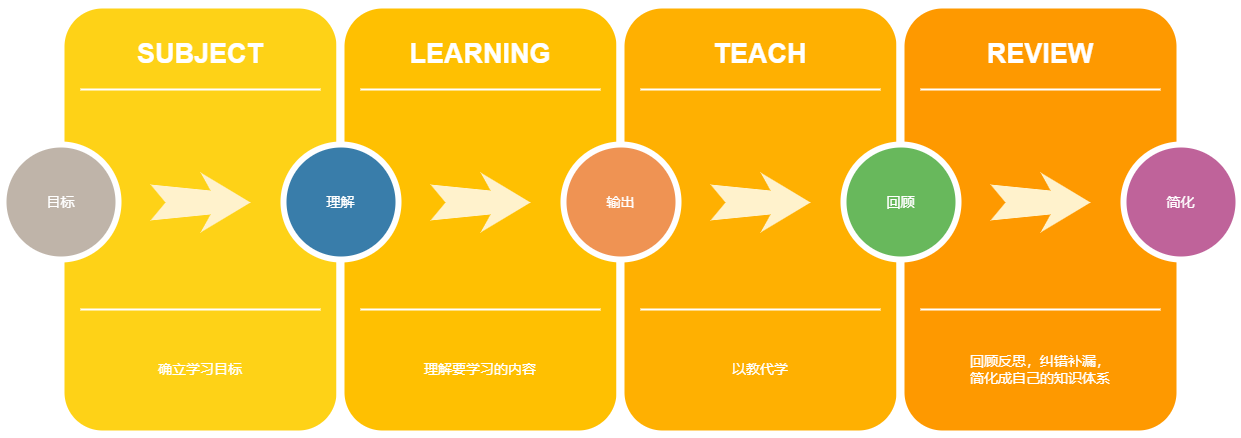
The draw.io diagram 未命名绘图.drawio.png in hongwueryi/opencv, before a commit. Source tidied: cells renumbered, new cells last; positions are measured from the earlier drawing's top-left corner, leaving out a move shared by most shapes.
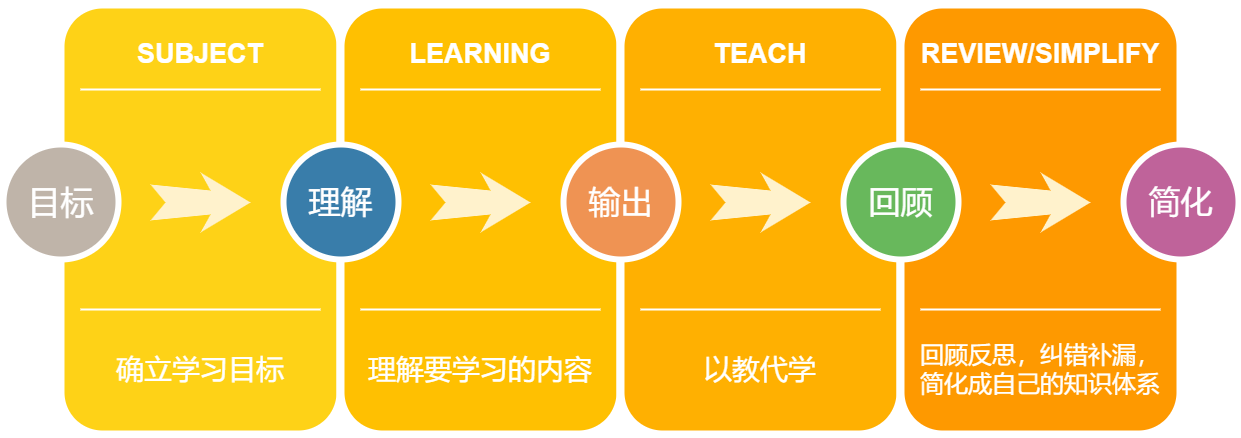
Above is the later version.

Diff of the diagram source:
```diff
@@ -8,7 +8,7 @@
     <mxCell id="3" value="SUBJECT" style="text;html=1;strokeColor=none;fillColor=none;align=center;verticalAlign=middle;whiteSpace=wrap;rounded=0;shadow=0;fontSize=27;fontColor=#FFFFFF;fontStyle=1;" parent="1" vertex="1">
       <mxGeometry x="57" y="20" width="280" height="60" as="geometry" />
     </mxCell>
-    <mxCell id="4" value="确立学习目标" style="text;html=1;strokeColor=none;fillColor=none;align=center;verticalAlign=middle;whiteSpace=wrap;rounded=0;shadow=0;fontSize=14;fontColor=#FFFFFF;" parent="1" vertex="1">
+    <mxCell id="4" value="&lt;font style=&quot;font-size: 28px;&quot;&gt;确立学习目标&lt;/font&gt;" style="text;html=1;strokeColor=none;fillColor=none;align=center;verticalAlign=middle;whiteSpace=wrap;rounded=0;shadow=0;fontSize=14;fontColor=#FFFFFF;" parent="1" vertex="1">
       <mxGeometry x="57" y="320" width="280" height="90" as="geometry" />
     </mxCell>
     <mxCell id="5" style="line;strokeWidth=2;html=1;rounded=0;shadow=0;fontSize=27;align=center;fillColor=none;strokeColor=#FFFFFF;" parent="1" vertex="1">
@@ -17,7 +17,7 @@
     <mxCell id="6" style="line;strokeWidth=2;html=1;rounded=0;shadow=0;fontSize=27;align=center;fillColor=none;strokeColor=#FFFFFF;" parent="1" vertex="1">
       <mxGeometry x="77" y="300" width="240" height="10" as="geometry" />
     </mxCell>
-    <mxCell id="7" value="目标" style="ellipse;whiteSpace=wrap;html=1;rounded=0;shadow=0;strokeWidth=6;fontSize=14;align=center;fillColor=#BFB4A9;strokeColor=#FFFFFF;fontColor=#FFFFFF;" parent="1" vertex="1">
+    <mxCell id="7" value="&lt;font style=&quot;font-size: 33px;&quot;&gt;目标&lt;/font&gt;" style="ellipse;whiteSpace=wrap;html=1;rounded=0;shadow=0;strokeWidth=6;fontSize=14;align=center;fillColor=#BFB4A9;strokeColor=#FFFFFF;fontColor=#FFFFFF;" parent="1" vertex="1">
       <mxGeometry y="140" width="115" height="115" as="geometry" />
     </mxCell>
     <mxCell id="8" style="html=1;shadow=0;dashed=0;align=center;verticalAlign=middle;shape=mxgraph.arrows2.stylisedArrow;dy=0.6;dx=40;notch=15;feather=0.4;rounded=0;strokeWidth=1;fontSize=27;strokeColor=none;fillColor=#fff2cc;" parent="1" vertex="1">
@@ -29,7 +29,7 @@
     <mxCell id="10" value="LEARNING" style="text;html=1;strokeColor=none;fillColor=none;align=center;verticalAlign=middle;whiteSpace=wrap;rounded=0;shadow=0;fontSize=27;fontColor=#FFFFFF;fontStyle=1;" parent="1" vertex="1">
       <mxGeometry x="337" y="20" width="280" height="60" as="geometry" />
     </mxCell>
-    <mxCell id="11" value="理解要学习的内容" style="text;html=1;strokeColor=none;fillColor=none;align=center;verticalAlign=middle;whiteSpace=wrap;rounded=0;shadow=0;fontSize=14;fontColor=#FFFFFF;" parent="1" vertex="1">
+    <mxCell id="11" value="&lt;font style=&quot;font-size: 28px;&quot;&gt;理解要学习的内容&lt;/font&gt;" style="text;html=1;strokeColor=none;fillColor=none;align=center;verticalAlign=middle;whiteSpace=wrap;rounded=0;shadow=0;fontSize=14;fontColor=#FFFFFF;" parent="1" vertex="1">
       <mxGeometry x="337" y="320" width="280" height="90" as="geometry" />
     </mxCell>
     <mxCell id="12" style="line;strokeWidth=2;html=1;rounded=0;shadow=0;fontSize=27;align=center;fillColor=none;strokeColor=#FFFFFF;" parent="1" vertex="1">
@@ -38,7 +38,7 @@
     <mxCell id="13" style="line;strokeWidth=2;html=1;rounded=0;shadow=0;fontSize=27;align=center;fillColor=none;strokeColor=#FFFFFF;" parent="1" vertex="1">
       <mxGeometry x="357" y="300" width="240" height="10" as="geometry" />
     </mxCell>
-    <mxCell id="14" value="理解" style="ellipse;whiteSpace=wrap;html=1;rounded=0;shadow=0;strokeWidth=6;fontSize=14;align=center;fillColor=#397DAA;strokeColor=#FFFFFF;fontColor=#FFFFFF;" parent="1" vertex="1">
+    <mxCell id="14" value="&lt;font style=&quot;font-size: 32px;&quot;&gt;理解&lt;/font&gt;" style="ellipse;whiteSpace=wrap;html=1;rounded=0;shadow=0;strokeWidth=6;fontSize=14;align=center;fillColor=#397DAA;strokeColor=#FFFFFF;fontColor=#FFFFFF;" parent="1" vertex="1">
       <mxGeometry x="280" y="140" width="115" height="115" as="geometry" />
     </mxCell>
     <mxCell id="15" style="html=1;shadow=0;dashed=0;align=center;verticalAlign=middle;shape=mxgraph.arrows2.stylisedArrow;dy=0.6;dx=40;notch=15;feather=0.4;rounded=0;strokeWidth=1;fontSize=27;strokeColor=none;fillColor=#fff2cc;" parent="1" vertex="1">
@@ -50,7 +50,7 @@
     <mxCell id="17" value="TEACH" style="text;html=1;strokeColor=none;fillColor=none;align=center;verticalAlign=middle;whiteSpace=wrap;rounded=0;shadow=0;fontSize=27;fontColor=#FFFFFF;fontStyle=1;" parent="1" vertex="1">
       <mxGeometry x="617" y="20" width="280" height="60" as="geometry" />
     </mxCell>
-    <mxCell id="18" value="以教代学" style="text;html=1;strokeColor=none;fillColor=none;align=center;verticalAlign=middle;whiteSpace=wrap;rounded=0;shadow=0;fontSize=14;fontColor=#FFFFFF;" parent="1" vertex="1">
+    <mxCell id="18" value="&lt;font style=&quot;font-size: 28px;&quot;&gt;以教代学&lt;/font&gt;" style="text;html=1;strokeColor=none;fillColor=none;align=center;verticalAlign=middle;whiteSpace=wrap;rounded=0;shadow=0;fontSize=14;fontColor=#FFFFFF;" parent="1" vertex="1">
       <mxGeometry x="617" y="320" width="280" height="90" as="geometry" />
     </mxCell>
     <mxCell id="19" style="line;strokeWidth=2;html=1;rounded=0;shadow=0;fontSize=27;align=center;fillColor=none;strokeColor=#FFFFFF;" parent="1" vertex="1">
@@ -59,7 +59,7 @@
     <mxCell id="20" style="line;strokeWidth=2;html=1;rounded=0;shadow=0;fontSize=27;align=center;fillColor=none;strokeColor=#FFFFFF;" parent="1" vertex="1">
       <mxGeometry x="637" y="300" width="240" height="10" as="geometry" />
     </mxCell>
-    <mxCell id="21" value="输出" style="ellipse;whiteSpace=wrap;html=1;rounded=0;shadow=0;strokeWidth=6;fontSize=14;align=center;fillColor=#EF9353;strokeColor=#FFFFFF;fontColor=#FFFFFF;" parent="1" vertex="1">
+    <mxCell id="21" value="&lt;font style=&quot;font-size: 32px;&quot;&gt;输出&lt;/font&gt;" style="ellipse;whiteSpace=wrap;html=1;rounded=0;shadow=0;strokeWidth=6;fontSize=14;align=center;fillColor=#EF9353;strokeColor=#FFFFFF;fontColor=#FFFFFF;" parent="1" vertex="1">
       <mxGeometry x="560" y="140" width="115" height="115" as="geometry" />
     </mxCell>
     <mxCell id="22" style="html=1;shadow=0;dashed=0;align=center;verticalAlign=middle;shape=mxgraph.arrows2.stylisedArrow;dy=0.6;dx=40;notch=15;feather=0.4;rounded=0;strokeWidth=1;fontSize=27;strokeColor=none;fillColor=#fff2cc;" parent="1" vertex="1">
@@ -68,10 +68,10 @@
     <mxCell id="23" style="whiteSpace=wrap;html=1;rounded=1;shadow=0;strokeWidth=8;fontSize=20;align=center;fillColor=#FE9900;strokeColor=#FFFFFF;" parent="1" vertex="1">
       <mxGeometry x="897" width="280" height="430" as="geometry" />
     </mxCell>
-    <mxCell id="24" value="REVIEW" style="text;html=1;strokeColor=none;fillColor=none;align=center;verticalAlign=middle;whiteSpace=wrap;rounded=0;shadow=0;fontSize=27;fontColor=#FFFFFF;fontStyle=1;" parent="1" vertex="1">
+    <mxCell id="24" value="REVIEW/SIMPLIFY" style="text;html=1;strokeColor=none;fillColor=none;align=center;verticalAlign=middle;whiteSpace=wrap;rounded=0;shadow=0;fontSize=27;fontColor=#FFFFFF;fontStyle=1;" parent="1" vertex="1">
       <mxGeometry x="897" y="20" width="280" height="60" as="geometry" />
     </mxCell>
-    <mxCell id="25" value="回顾反思，纠错补漏，&lt;br&gt;简化成自己的知识体系" style="text;html=1;strokeColor=none;fillColor=none;align=center;verticalAlign=middle;whiteSpace=wrap;rounded=0;shadow=0;fontSize=14;fontColor=#FFFFFF;" parent="1" vertex="1">
+    <mxCell id="25" value="&lt;font style=&quot;font-size: 24px;&quot;&gt;回顾反思，纠错补漏，&lt;br&gt;简化成自己的知识体系&lt;/font&gt;" style="text;html=1;strokeColor=none;fillColor=none;align=center;verticalAlign=middle;whiteSpace=wrap;rounded=0;shadow=0;fontSize=14;fontColor=#FFFFFF;" parent="1" vertex="1">
       <mxGeometry x="897" y="320" width="280" height="90" as="geometry" />
     </mxCell>
     <mxCell id="26" style="line;strokeWidth=2;html=1;rounded=0;shadow=0;fontSize=27;align=center;fillColor=none;strokeColor=#FFFFFF;" parent="1" vertex="1">
@@ -80,13 +80,13 @@
     <mxCell id="27" style="line;strokeWidth=2;html=1;rounded=0;shadow=0;fontSize=27;align=center;fillColor=none;strokeColor=#FFFFFF;" parent="1" vertex="1">
       <mxGeometry x="917" y="300" width="240" height="10" as="geometry" />
     </mxCell>
-    <mxCell id="28" value="回顾" style="ellipse;whiteSpace=wrap;html=1;rounded=0;shadow=0;strokeWidth=6;fontSize=14;align=center;fillColor=#68B85C;strokeColor=#FFFFFF;fontColor=#FFFFFF;" parent="1" vertex="1">
+    <mxCell id="28" value="&lt;font style=&quot;font-size: 32px;&quot;&gt;回顾&lt;/font&gt;" style="ellipse;whiteSpace=wrap;html=1;rounded=0;shadow=0;strokeWidth=6;fontSize=14;align=center;fillColor=#68B85C;strokeColor=#FFFFFF;fontColor=#FFFFFF;" parent="1" vertex="1">
       <mxGeometry x="840" y="140" width="115" height="115" as="geometry" />
     </mxCell>
     <mxCell id="29" style="html=1;shadow=0;dashed=0;align=center;verticalAlign=middle;shape=mxgraph.arrows2.stylisedArrow;dy=0.6;dx=40;notch=15;feather=0.4;rounded=0;strokeWidth=1;fontSize=27;strokeColor=none;fillColor=#fff2cc;" parent="1" vertex="1">
       <mxGeometry x="987" y="168" width="100" height="60" as="geometry" />
     </mxCell>
-    <mxCell id="30" value="简化" style="ellipse;whiteSpace=wrap;html=1;rounded=0;shadow=0;strokeWidth=6;fontSize=14;align=center;fillColor=#BF639A;strokeColor=#FFFFFF;fontColor=#FFFFFF;" parent="1" vertex="1">
+    <mxCell id="30" value="&lt;font style=&quot;font-size: 32px;&quot;&gt;简化&lt;/font&gt;" style="ellipse;whiteSpace=wrap;html=1;rounded=0;shadow=0;strokeWidth=6;fontSize=14;align=center;fillColor=#BF639A;strokeColor=#FFFFFF;fontColor=#FFFFFF;" parent="1" vertex="1">
       <mxGeometry x="1120" y="140" width="115" height="115" as="geometry" />
     </mxCell>
   </root>
```
